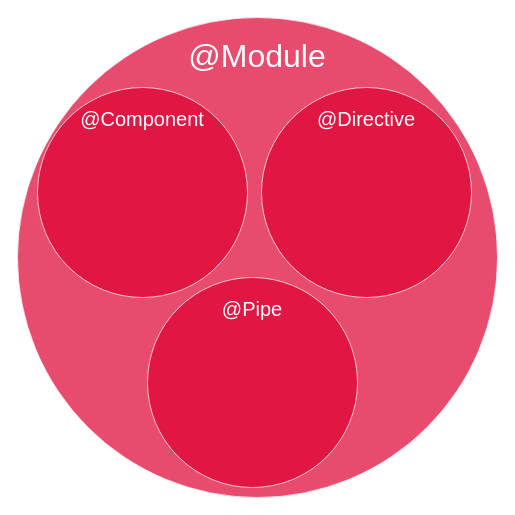
Before: page "Angular" (4 of 5) of TypeScript.drawio in gjungb/Zeichnungen, a draw.io diagram. Source tidied: cells renumbered, new cells numbered last; positions are measured from the earlier drawing's top-left corner, leaving out a move shared by most shapes. Both pictures are drawn from the tidied source at 100%, with x=0, y=0 at pixel (17, 17).
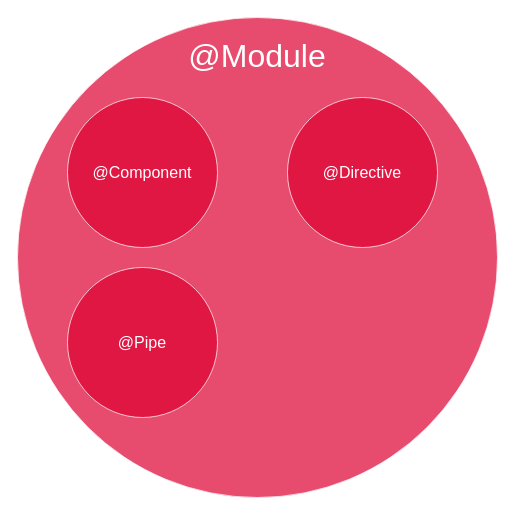
The same page after the edit.

Diff of the diagram source:
```diff
@@
 <mxGraphModel>
   <root>
     <mxCell id="0" />
     <mxCell id="1" parent="0" />
     <mxCell id="2" value="@Module" style="ellipse;whiteSpace=wrap;html=1;fillColor=#DD0031;fontSize=32;fontColor=#FFFFFF;align=center;fontFamily=Fira Code;spacingRight=0;verticalAlign=top;spacing=15;strokeColor=#FFFFFF;opacity=70;" parent="1" vertex="1">
       <mxGeometry width="480" height="480" as="geometry" />
     </mxCell>
-    <mxCell id="3" value="@Component" style="ellipse;whiteSpace=wrap;html=1;fillColor=#DD0031;fontSize=20;fontColor=#FFFFFF;align=center;fontFamily=Fira Code;spacingRight=0;verticalAlign=top;spacing=15;strokeColor=#FFFFFF;opacity=70;" parent="1" vertex="1">
-      <mxGeometry x="20" y="70" width="210" height="210" as="geometry" />
+    <mxCell id="3" value="@Component" style="ellipse;whiteSpace=wrap;html=1;fillColor=#DD0031;fontSize=16;fontColor=#FFFFFF;align=center;fontFamily=Fira Code;spacingRight=0;verticalAlign=middle;spacing=15;strokeColor=#FFFFFF;opacity=70;" parent="1" vertex="1">
+      <mxGeometry x="50" y="80" width="150" height="150" as="geometry" />
     </mxCell>
-    <mxCell id="4" value="@Directive" style="ellipse;whiteSpace=wrap;html=1;fillColor=#DD0031;fontSize=20;fontColor=#FFFFFF;align=center;fontFamily=Fira Code;spacingRight=0;verticalAlign=top;spacing=15;strokeColor=#FFFFFF;opacity=70;" parent="1" vertex="1">
-      <mxGeometry x="244" y="70" width="210" height="210" as="geometry" />
+    <mxCell id="4" value="@Directive" style="ellipse;whiteSpace=wrap;html=1;fillColor=#DD0031;fontSize=16;fontColor=#FFFFFF;align=center;fontFamily=Fira Code;spacingRight=0;verticalAlign=middle;spacing=15;strokeColor=#FFFFFF;opacity=70;" parent="1" vertex="1">
+      <mxGeometry x="270" y="80" width="150" height="150" as="geometry" />
     </mxCell>
-    <mxCell id="5" value="@Pipe" style="ellipse;whiteSpace=wrap;html=1;fillColor=#DD0031;fontSize=20;fontColor=#FFFFFF;align=center;fontFamily=Fira Code;spacingRight=0;verticalAlign=top;spacing=15;strokeColor=#FFFFFF;opacity=70;" parent="1" vertex="1">
-      <mxGeometry x="130" y="260" width="210" height="210" as="geometry" />
+    <mxCell id="5" value="@Pipe" style="ellipse;whiteSpace=wrap;html=1;fillColor=#DD0031;fontSize=16;fontColor=#FFFFFF;align=center;fontFamily=Fira Code;spacingRight=0;verticalAlign=middle;spacing=15;strokeColor=#FFFFFF;opacity=70;" parent="1" vertex="1">
+      <mxGeometry x="50" y="250" width="150" height="150" as="geometry" />
     </mxCell>
   </root>
 </mxGraphModel>
```
